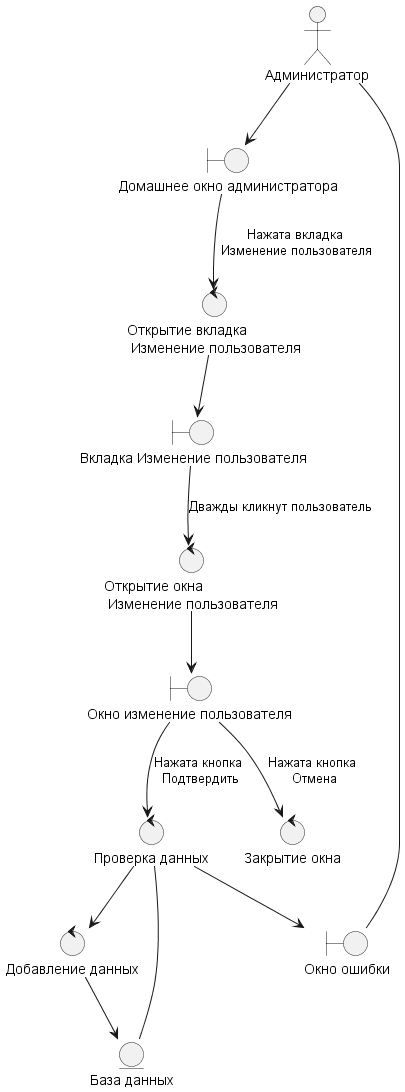
Above: UML/out/Prigodnosty/PrChangePolzovatelya/PrYdaleniePolzovatelya.wsd.png in Undetaker45/MDKP (PlantUML), before the change.
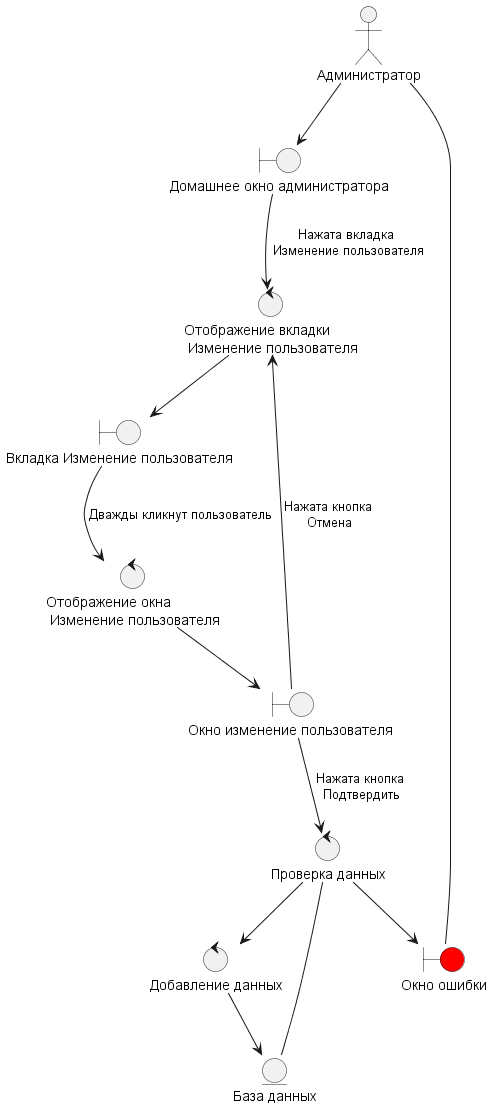
The same file after the commit.

Diff of the diagram source:
```diff
@@ -2,15 +2,13 @@
 
 actor "Администратор" as pl
 
-control "Открытие вкладка\n Изменение пользователя" as co
+control "Отображение вкладки\n Изменение пользователя" as co
 
 control "Проверка данных" as co2
 
-control "Закрытие окна" as co3
-
 control "Добавление данных" as co4
 
-control "Открытие окна\n Изменение пользователя" as co5
+control "Отображение окна\n Изменение пользователя" as co5
 
 boundary "Домашнее окно администратора" as bo
 
@@ -20,7 +18,7 @@
 
 entity "База данных" as en
 
-boundary "Окно ошибки" as err
+boundary "Окно ошибки" as err #Red
 
 pl --> bo
 bo --> co : Нажата вкладка\n Изменение пользователя
@@ -28,7 +26,7 @@
 bo1 --> co5 : Дважды кликнут пользователь
 co5 --> bo2
 bo2 --> co2 : Нажата кнопка\n Подтвердить
-bo2 --> co3 : Нажата кнопка\n Отмена
+bo2 --> co : Нажата кнопка\n Отмена
 co2 -- en
 co2 --> co4
 co4 --> en
```
